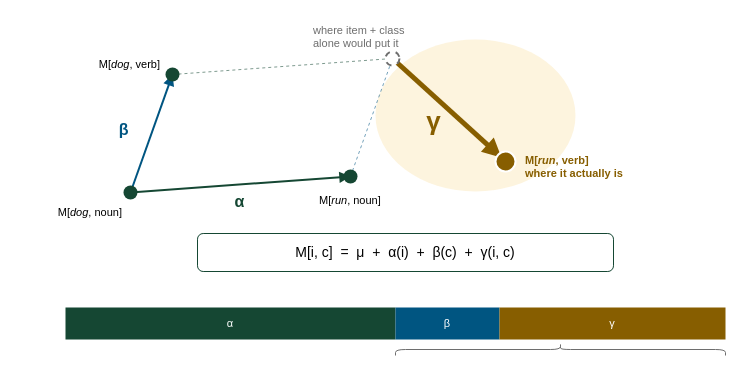
Above: paper/fig-measurement.drawio in znhoughton/representation-separability (draw.io), before the change. Source tidied: cells renumbered, new cells numbered last; positions are measured from the earlier drawing's top-left corner, leaving out a move shared by most shapes. Both pictures are drawn from the tidied source at 100%, with x=0, y=0 at pixel (17, 17).
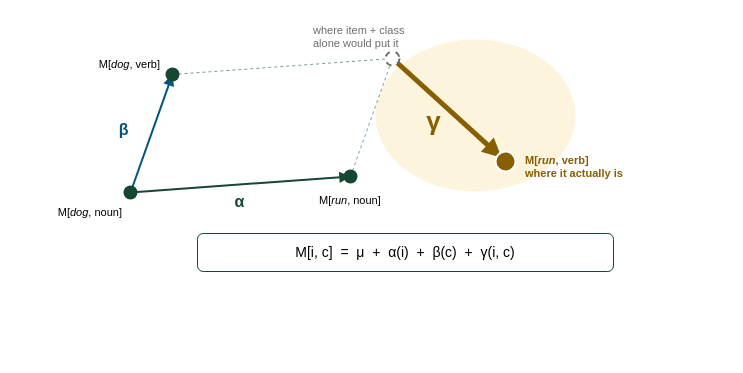
The same page after the edit.

Commit message (it also covers changes not shown here):
Drop the stacked bar from the measurement figure

The figure is the parallelogram and the decomposition equation. The four cell
labels, the two annotations on the fourth corner, and alpha/beta/gamma on the
arrows are all that remains; the shares are stated in the caption instead.

Diff of the diagram source:
```diff
@@
-    <mxCell id="22" value="α" style="rounded=0;whiteSpace=wrap;html=1;fontSize=11;fillColor=#154733;strokeColor=none;fontColor=#FFFFFF;" parent="1" vertex="1">
-      <mxGeometry x="48" y="290" width="330" height="32" as="geometry" />
-    </mxCell>
-    <mxCell id="23" value="β" style="rounded=0;whiteSpace=wrap;html=1;fontSize=11;fillColor=#005581;strokeColor=none;fontColor=#FFFFFF;" parent="1" vertex="1">
-      <mxGeometry x="378" y="290" width="104" height="32" as="geometry" />
-    </mxCell>
-    <mxCell id="24" value="γ" style="rounded=0;whiteSpace=wrap;html=1;fontSize=11;fillColor=#875E00;strokeColor=none;fontColor=#FFFFFF;" parent="1" vertex="1">
-      <mxGeometry x="482" y="290" width="226" height="32" as="geometry" />
-    </mxCell>
-    <mxCell id="25" style="shape=curlyBracket;whiteSpace=wrap;html=1;rounded=1;direction=north;flipV=1;strokeColor=#6E6E6E;" parent="1" vertex="1">
-      <mxGeometry x="378" y="326" width="330" height="12" as="geometry" />
-    </mxCell>
```
